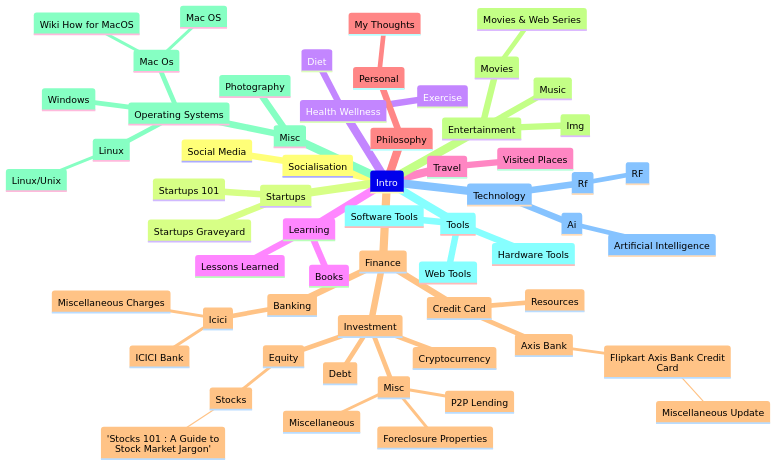
This is src/generated/mindmap.png from suryakantamangaraj/Wiki, a Mermaid export, as it was before one commit. Its source is kept beside it as mindmap.mmd.
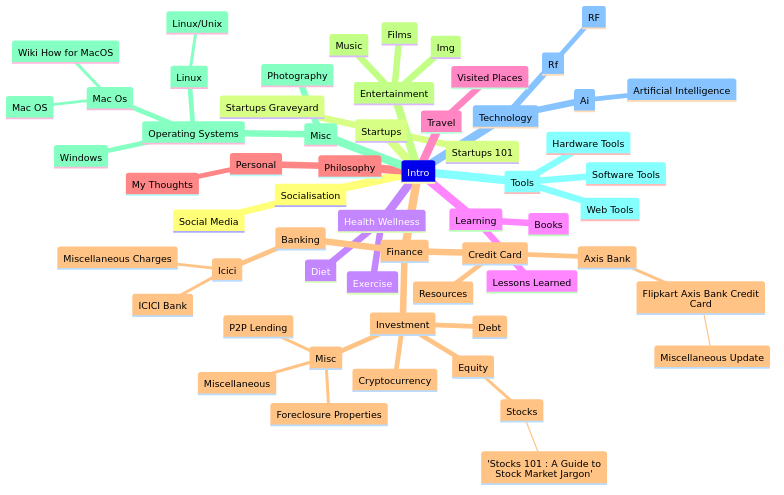
Above is the later version.

Change to the diagram source:
```diff
@@ -39,8 +39,7 @@
         Entertainment
             Img
             Music
-            Movies
-                    Movies & Web Series
+            Films
         Misc
             Operating Systems
                 Linux
```
